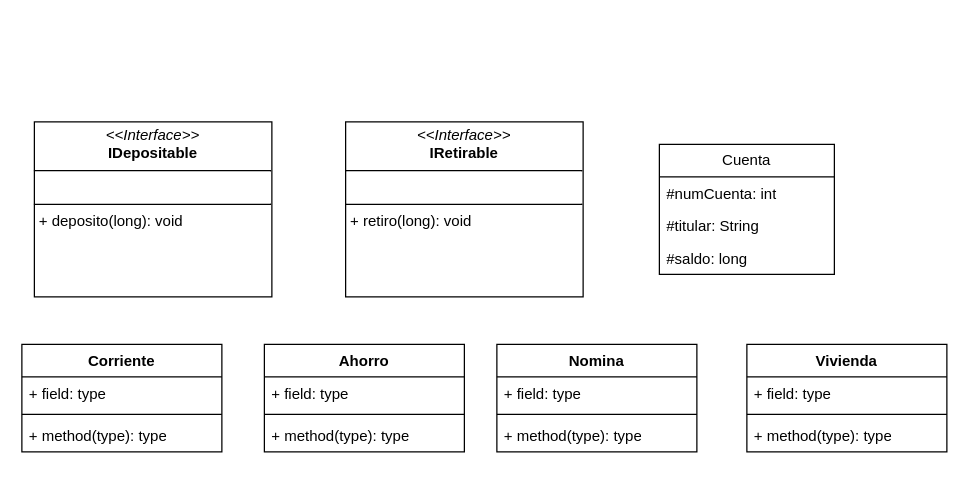
Before: Diagrama sin título.drawio in Mariana909/Clases-Abstractas, a draw.io diagram. Source tidied: cells renumbered, new cells numbered last; positions are measured from the earlier drawing's top-left corner, leaving out a move shared by most shapes. Both pictures are drawn from the tidied source at 125%, with x=0, y=0 at pixel (21, 121).
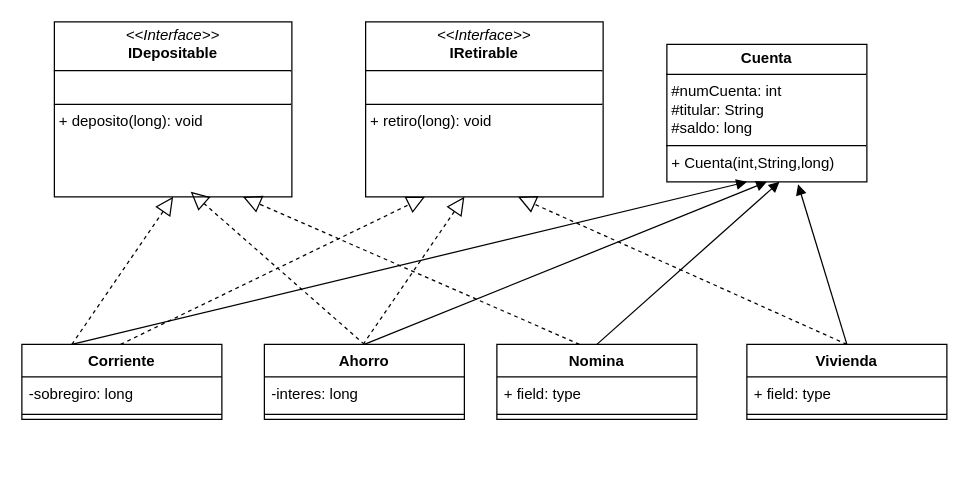
The same page after the edit.

The edit, as a diff of the source:
```diff
@@
     <mxCell id="2" value="Corriente" style="swimlane;fontStyle=1;align=center;verticalAlign=top;horizontal=1;startSize=26;whiteSpace=wrap;html=1;" parent="1" vertex="1">
-      <mxGeometry y="178" width="160" height="86" as="geometry" />
+      <mxGeometry y="178" width="160" height="60" as="geometry" />
     </mxCell>
-    <mxCell id="3" value="+ field: type" style="text;strokeColor=none;fillColor=none;align=left;verticalAlign=top;spacingLeft=4;spacingRight=4;overflow=hidden;whiteSpace=wrap;html=1;" parent="2" vertex="1">
+    <mxCell id="3" value="-sobregiro: long" style="text;strokeColor=none;fillColor=none;align=left;verticalAlign=top;spacingLeft=4;spacingRight=4;overflow=hidden;whiteSpace=wrap;html=1;" parent="2" vertex="1">
       <mxGeometry y="26" width="160" height="26" as="geometry" />
     </mxCell>
@@
-    <mxCell id="5" value="+ method(type): type" style="text;strokeColor=none;fillColor=none;align=left;verticalAlign=top;spacingLeft=4;spacingRight=4;overflow=hidden;whiteSpace=wrap;html=1;" parent="2" vertex="1">
-      <mxGeometry y="60" width="160" height="26" as="geometry" />
-    </mxCell>
     <mxCell id="6" value="Ahorro" style="swimlane;fontStyle=1;align=center;verticalAlign=top;horizontal=1;startSize=26;whiteSpace=wrap;html=1;" parent="1" vertex="1">
-      <mxGeometry x="194" y="178" width="160" height="86" as="geometry" />
+      <mxGeometry x="194" y="178" width="160" height="60" as="geometry" />
     </mxCell>
-    <mxCell id="7" value="+ field: type" style="text;strokeColor=none;fillColor=none;align=left;verticalAlign=top;spacingLeft=4;spacingRight=4;overflow=hidden;whiteSpace=wrap;html=1;" parent="6" vertex="1">
+    <mxCell id="7" value="-interes: long" style="text;strokeColor=none;fillColor=none;align=left;verticalAlign=top;spacingLeft=4;spacingRight=4;overflow=hidden;whiteSpace=wrap;html=1;" parent="6" vertex="1">
       <mxGeometry y="26" width="160" height="26" as="geometry" />
     </mxCell>
@@
-    <mxCell id="9" value="+ method(type): type" style="text;strokeColor=none;fillColor=none;align=left;verticalAlign=top;spacingLeft=4;spacingRight=4;overflow=hidden;whiteSpace=wrap;html=1;" parent="6" vertex="1">
-      <mxGeometry y="60" width="160" height="26" as="geometry" />
-    </mxCell>
     <mxCell id="10" value="Nomina" style="swimlane;fontStyle=1;align=center;verticalAlign=top;horizontal=1;startSize=26;whiteSpace=wrap;html=1;" parent="1" vertex="1">
-      <mxGeometry x="380" y="178" width="160" height="86" as="geometry" />
+      <mxGeometry x="380" y="178" width="160" height="60" as="geometry" />
     </mxCell>
@@
-    <mxCell id="13" value="+ method(type): type" style="text;strokeColor=none;fillColor=none;align=left;verticalAlign=top;spacingLeft=4;spacingRight=4;overflow=hidden;whiteSpace=wrap;html=1;" parent="10" vertex="1">
-      <mxGeometry y="60" width="160" height="26" as="geometry" />
-    </mxCell>
     <mxCell id="14" value="Vivienda" style="swimlane;fontStyle=1;align=center;verticalAlign=top;horizontal=1;startSize=26;whiteSpace=wrap;html=1;" parent="1" vertex="1">
-      <mxGeometry x="580" y="178" width="160" height="86" as="geometry" />
+      <mxGeometry x="580" y="178" width="160" height="60" as="geometry" />
     </mxCell>
@@
-    <mxCell id="17" value="+ method(type): type" style="text;strokeColor=none;fillColor=none;align=left;verticalAlign=top;spacingLeft=4;spacingRight=4;overflow=hidden;whiteSpace=wrap;html=1;" parent="14" vertex="1">
-      <mxGeometry y="60" width="160" height="26" as="geometry" />
-    </mxCell>
-    <mxCell id="18" value="Cuenta" style="swimlane;fontStyle=0;horizontal=1;startSize=26;fillColor=none;whiteSpace=wrap;html=1;" parent="1" vertex="1">
-      <mxGeometry x="510" y="18" width="140" height="104" as="geometry" />
-    </mxCell>
-    <mxCell id="19" value="#numCuenta: int" style="text;strokeColor=none;fillColor=none;align=left;verticalAlign=top;spacingLeft=4;spacingRight=4;overflow=hidden;whiteSpace=wrap;html=1;" parent="18" vertex="1">
-      <mxGeometry y="26" width="140" height="26" as="geometry" />
-    </mxCell>
-    <mxCell id="20" value="#titular: String" style="text;strokeColor=none;fillColor=none;align=left;verticalAlign=top;spacingLeft=4;spacingRight=4;overflow=hidden;whiteSpace=wrap;html=1;" parent="18" vertex="1">
-      <mxGeometry y="52" width="140" height="26" as="geometry" />
-    </mxCell>
-    <mxCell id="21" value="#saldo: long" style="text;strokeColor=none;fillColor=none;align=left;verticalAlign=top;spacingLeft=4;spacingRight=4;overflow=hidden;whiteSpace=wrap;html=1;" parent="18" vertex="1">
-      <mxGeometry y="78" width="140" height="26" as="geometry" />
-    </mxCell>
     <mxCell id="22" value="&lt;p style=&quot;margin:0px;margin-top:4px;text-align:center;&quot;&gt;&lt;i&gt;&amp;lt;&amp;lt;Interface&amp;gt;&amp;gt;&lt;/i&gt;&lt;br&gt;&lt;b&gt;IRetirable&lt;/b&gt;&lt;/p&gt;&lt;hr size=&quot;1&quot; style=&quot;border-style:solid;&quot;&gt;&lt;p style=&quot;margin:0px;margin-left:4px;&quot;&gt;&lt;br&gt;&lt;/p&gt;&lt;hr size=&quot;1&quot; style=&quot;border-style:solid;&quot;&gt;&lt;p style=&quot;margin:0px;margin-left:4px;&quot;&gt;+ retiro(long): void&lt;br&gt;&lt;br&gt;&lt;/p&gt;" style="verticalAlign=top;align=left;overflow=fill;html=1;whiteSpace=wrap;" parent="1" vertex="1">
-      <mxGeometry x="259" width="190" height="140" as="geometry" />
+      <mxGeometry x="275" y="-80" width="190" height="140" as="geometry" />
     </mxCell>
     <mxCell id="23" value="&lt;p style=&quot;margin:0px;margin-top:4px;text-align:center;&quot;&gt;&lt;i&gt;&amp;lt;&amp;lt;Interface&amp;gt;&amp;gt;&lt;/i&gt;&lt;br&gt;&lt;b&gt;IDepositable&lt;/b&gt;&lt;/p&gt;&lt;hr size=&quot;1&quot; style=&quot;border-style:solid;&quot;&gt;&lt;p style=&quot;margin:0px;margin-left:4px;&quot;&gt;&lt;br&gt;&lt;/p&gt;&lt;hr size=&quot;1&quot; style=&quot;border-style:solid;&quot;&gt;&lt;p style=&quot;margin:0px;margin-left:4px;&quot;&gt;+ deposito(long): void&lt;br&gt;&lt;br&gt;&lt;/p&gt;" style="verticalAlign=top;align=left;overflow=fill;html=1;whiteSpace=wrap;" parent="1" vertex="1">
-      <mxGeometry x="10" width="190" height="140" as="geometry" />
+      <mxGeometry x="26" y="-80" width="190" height="140" as="geometry" />
     </mxCell>
+    <mxCell id="24" value="&lt;p style=&quot;margin:0px;margin-top:4px;text-align:center;&quot;&gt;&lt;b&gt;Cuenta&lt;/b&gt;&lt;/p&gt;&lt;hr size=&quot;1&quot; style=&quot;border-style:solid;&quot;&gt;&lt;p style=&quot;margin:0px;margin-left:4px;&quot;&gt;#numCuenta: int&lt;/p&gt;&lt;p style=&quot;margin:0px;margin-left:4px;&quot;&gt;#titular: String&lt;/p&gt;&lt;p style=&quot;margin:0px;margin-left:4px;&quot;&gt;#saldo: long&lt;/p&gt;&lt;hr size=&quot;1&quot; style=&quot;border-style:solid;&quot;&gt;&lt;p style=&quot;margin:0px;margin-left:4px;&quot;&gt;+ Cuenta(int,String,long)&lt;/p&gt;" style="verticalAlign=top;align=left;overflow=fill;html=1;whiteSpace=wrap;" parent="1" vertex="1">
+      <mxGeometry x="516" y="-62" width="160" height="110" as="geometry" />
+    </mxCell>
+    <mxCell id="25" style="endArrow=block;dashed=1;endFill=0;endSize=12;html=1;rounded=0;entryX=0.5;entryY=1;entryDx=0;entryDy=0;exitX=0.25;exitY=0;exitDx=0;exitDy=0;" parent="1" edge="1" source="2" target="23">
+      <mxGeometry relative="1" as="geometry" />
+    </mxCell>
+    <mxCell id="26" style="endArrow=block;dashed=1;endFill=0;endSize=12;html=1;rounded=0;entryX=0.574;entryY=0.971;entryDx=0;entryDy=0;exitX=0.5;exitY=0;exitDx=0;exitDy=0;entryPerimeter=0;" parent="1" edge="1" source="6" target="23">
+      <mxGeometry relative="1" as="geometry" />
+    </mxCell>
+    <mxCell id="27" style="endArrow=block;dashed=1;endFill=0;endSize=12;html=1;rounded=0;entryX=0.5;entryY=1;entryDx=0;entryDy=0;exitX=0.413;exitY=0;exitDx=0;exitDy=0;exitPerimeter=0;" parent="1" edge="1" source="10">
+      <mxGeometry relative="1" as="geometry">
+        <mxPoint x="177" y="60" as="targetPoint" />
+      </mxGeometry>
+    </mxCell>
+    <mxCell id="28" style="endArrow=block;dashed=1;endFill=0;endSize=12;html=1;rounded=0;entryX=0.25;entryY=1;entryDx=0;entryDy=0;exitX=0.25;exitY=0;exitDx=0;exitDy=0;" parent="1" edge="1" target="22">
+      <mxGeometry relative="1" as="geometry">
+        <mxPoint x="79" y="178" as="sourcePoint" />
+      </mxGeometry>
+    </mxCell>
+    <mxCell id="29" style="endArrow=block;dashed=1;endFill=0;endSize=12;html=1;rounded=0;entryX=0.5;entryY=1;entryDx=0;entryDy=0;exitX=0.25;exitY=0;exitDx=0;exitDy=0;" parent="1" edge="1">
+      <mxGeometry relative="1" as="geometry">
+        <mxPoint x="273" y="178" as="sourcePoint" />
+        <mxPoint x="354" y="60" as="targetPoint" />
+      </mxGeometry>
+    </mxCell>
+    <mxCell id="30" style="endArrow=block;dashed=1;endFill=0;endSize=12;html=1;rounded=0;entryX=0.5;entryY=1;entryDx=0;entryDy=0;exitX=0.5;exitY=0;exitDx=0;exitDy=0;" parent="1" edge="1" source="14">
+      <mxGeometry relative="1" as="geometry">
+        <mxPoint x="397" y="60" as="targetPoint" />
+      </mxGeometry>
+    </mxCell>
+    <mxCell id="31" style="html=1;verticalAlign=bottom;endArrow=block;curved=0;rounded=0;exitX=0.25;exitY=0;exitDx=0;exitDy=0;" parent="1" edge="1" source="2">
+      <mxGeometry relative="1" as="geometry">
+        <mxPoint x="580" y="48" as="targetPoint" />
+      </mxGeometry>
+    </mxCell>
+    <mxCell id="32" style="html=1;verticalAlign=bottom;endArrow=block;curved=0;rounded=0;exitX=0.5;exitY=0;exitDx=0;exitDy=0;entryX=0.5;entryY=1;entryDx=0;entryDy=0;" parent="1" edge="1" source="6" target="24">
+      <mxGeometry relative="1" as="geometry" />
+    </mxCell>
+    <mxCell id="33" style="html=1;verticalAlign=bottom;endArrow=block;curved=0;rounded=0;exitX=0.5;exitY=0;exitDx=0;exitDy=0;entryX=0.563;entryY=1;entryDx=0;entryDy=0;entryPerimeter=0;" parent="1" edge="1" source="10" target="24">
+      <mxGeometry relative="1" as="geometry" />
+    </mxCell>
+    <mxCell id="34" style="html=1;verticalAlign=bottom;endArrow=block;curved=0;rounded=0;entryX=0.656;entryY=1.018;entryDx=0;entryDy=0;entryPerimeter=0;exitX=0.5;exitY=0;exitDx=0;exitDy=0;" parent="1" edge="1" source="14" target="24">
+      <mxGeometry relative="1" as="geometry" />
+    </mxCell>
```
